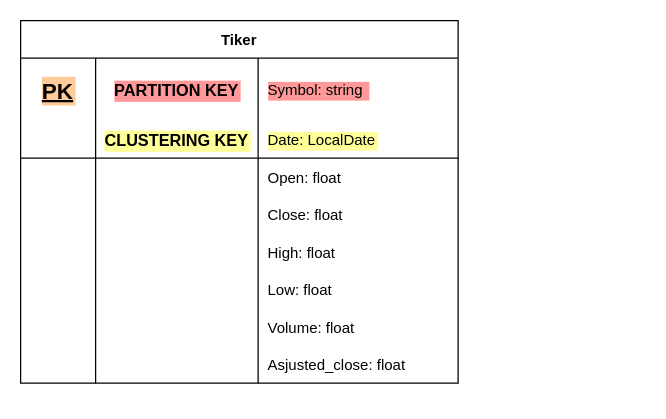
rambodrahmani/stocksim keeps this draw.io diagram as documentation/uml/cassandraDB_schema.drawio. Above is the earlier version. Source tidied: cells renumbered, new cells numbered last; positions are measured from the earlier drawing's top-left corner, leaving out a move shared by most shapes. Both pictures are drawn from the tidied source at 125%, with x=0, y=0 at pixel (20, 20).
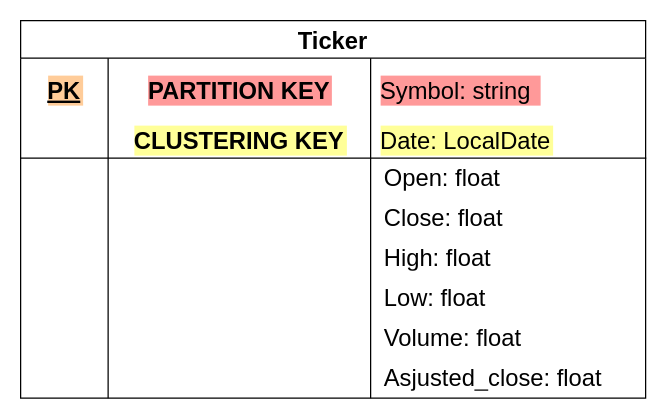
After the change.

Diff of the diagram source:
```diff
@@
-    <mxCell id="2" value="Tiker" style="shape=table;startSize=30;childLayout=tableLayout;rowLines=0;fontStyle=1;align=center;" parent="1" vertex="1">
-      <mxGeometry width="350" height="290" as="geometry" />
+    <mxCell id="2" value="Ticker" style="shape=table;startSize=30;childLayout=tableLayout;rowLines=0;fontStyle=1;align=center;fontSize=19;spacingBottom=1;spacing=3;" parent="1" vertex="1">
+      <mxGeometry width="500" height="302" as="geometry" />
     </mxCell>
-    <mxCell id="3" style="shape=partialRectangle;fillColor=none;top=0;left=0;bottom=0;right=0;" parent="2" vertex="1">
-      <mxGeometry y="30" width="350" height="50" as="geometry" />
+    <mxCell id="3" style="shape=partialRectangle;fillColor=none;top=0;left=0;bottom=0;right=0;fontSize=19;" parent="2" vertex="1">
+      <mxGeometry y="30" width="500" height="50" as="geometry" />
     </mxCell>
-    <mxCell id="4" value="PK" style="shape=partialRectangle;fillColor=none;top=0;left=0;bottom=0;right=0;fontStyle=5;overflow=hidden;fontSize=18;labelBackgroundColor=#FFCC99;" parent="3" vertex="1">
-      <mxGeometry width="60" height="50" as="geometry" />
+    <mxCell id="4" value="PK" style="shape=partialRectangle;fillColor=none;top=0;left=0;bottom=0;right=0;fontStyle=5;overflow=hidden;fontSize=19;labelBackgroundColor=#FFCC99;" parent="3" vertex="1">
+      <mxGeometry width="70" height="50" as="geometry" />
     </mxCell>
-    <mxCell id="5" value="PARTITION KEY" style="shape=partialRectangle;fillColor=none;top=0;left=0;bottom=0;right=0;fontStyle=1;overflow=hidden;fontSize=13;strokeColor=#FF9999;labelBackgroundColor=#FF9999;" parent="3" vertex="1">
-      <mxGeometry x="60" width="130" height="50" as="geometry" />
+    <mxCell id="5" value="PARTITION KEY" style="shape=partialRectangle;fillColor=none;top=0;left=0;bottom=0;right=0;fontStyle=1;overflow=hidden;fontSize=19;strokeColor=#FF9999;labelBackgroundColor=#FF9999;" parent="3" vertex="1">
+      <mxGeometry x="70" width="210" height="50" as="geometry" />
     </mxCell>
-    <mxCell id="6" value="Symbol: string " style="shape=partialRectangle;fillColor=none;top=0;left=0;bottom=0;right=0;align=left;spacingLeft=6;fontStyle=0;overflow=hidden;flipV=0;labelBackgroundColor=#FF9999;" parent="3" vertex="1">
-      <mxGeometry x="190" width="160" height="50" as="geometry" />
+    <mxCell id="6" value="Symbol: string " style="shape=partialRectangle;fillColor=none;top=0;left=0;bottom=0;right=0;align=left;spacingLeft=6;fontStyle=0;overflow=hidden;flipV=0;labelBackgroundColor=#FF9999;fontSize=19;" parent="3" vertex="1">
+      <mxGeometry x="280" width="220" height="50" as="geometry" />
     </mxCell>
-    <mxCell id="7" style="shape=partialRectangle;fillColor=none;top=0;left=0;bottom=1;right=0;" parent="2" vertex="1">
-      <mxGeometry y="80" width="350" height="30" as="geometry" />
+    <mxCell id="7" style="shape=partialRectangle;fillColor=none;top=0;left=0;bottom=1;right=0;fontSize=19;" parent="2" vertex="1">
+      <mxGeometry y="80" width="500" height="30" as="geometry" />
     </mxCell>
-    <mxCell id="8" style="shape=partialRectangle;fillColor=none;top=0;left=0;bottom=0;right=0;fontStyle=1;overflow=hidden;" parent="7" vertex="1">
-      <mxGeometry width="60" height="30" as="geometry" />
+    <mxCell id="8" style="shape=partialRectangle;fillColor=none;top=0;left=0;bottom=0;right=0;fontStyle=1;overflow=hidden;fontSize=19;" parent="7" vertex="1">
+      <mxGeometry width="70" height="30" as="geometry" />
     </mxCell>
-    <mxCell id="9" value="CLUSTERING KEY" style="shape=partialRectangle;fillColor=none;top=0;left=0;bottom=0;right=0;fontStyle=1;overflow=hidden;fontSize=13;labelBackgroundColor=#FFFF99;" parent="7" vertex="1">
-      <mxGeometry x="60" width="130" height="30" as="geometry" />
+    <mxCell id="9" value="CLUSTERING KEY" style="shape=partialRectangle;fillColor=none;top=0;left=0;bottom=0;right=0;fontStyle=1;overflow=hidden;fontSize=19;labelBackgroundColor=#FFFF99;" parent="7" vertex="1">
+      <mxGeometry x="70" width="210" height="30" as="geometry" />
     </mxCell>
-    <mxCell id="10" value="Date: LocalDate" style="shape=partialRectangle;fillColor=none;top=0;left=0;bottom=0;right=0;align=left;spacingLeft=6;fontStyle=0;overflow=hidden;labelBackgroundColor=#FFFF99;" parent="7" vertex="1">
-      <mxGeometry x="190" width="160" height="30" as="geometry" />
+    <mxCell id="10" value="Date: LocalDate" style="shape=partialRectangle;fillColor=none;top=0;left=0;bottom=0;right=0;align=left;spacingLeft=6;fontStyle=0;overflow=hidden;labelBackgroundColor=#FFFF99;fontSize=19;" parent="7" vertex="1">
+      <mxGeometry x="280" width="220" height="30" as="geometry" />
     </mxCell>
-    <mxCell id="11" style="shape=partialRectangle;fillColor=none;top=0;left=0;bottom=0;right=0;" parent="2" vertex="1">
-      <mxGeometry y="110" width="350" height="30" as="geometry" />
+    <mxCell id="11" style="shape=partialRectangle;fillColor=none;top=0;left=0;bottom=0;right=0;fontSize=19;" parent="2" vertex="1">
+      <mxGeometry y="110" width="500" height="32" as="geometry" />
     </mxCell>
-    <mxCell id="12" style="shape=partialRectangle;fillColor=none;top=0;left=0;bottom=0;right=0;overflow=hidden;" parent="11" vertex="1">
-      <mxGeometry width="60" height="30" as="geometry" />
+    <mxCell id="12" style="shape=partialRectangle;fillColor=none;top=0;left=0;bottom=0;right=0;overflow=hidden;fontSize=19;" parent="11" vertex="1">
+      <mxGeometry width="70" height="32" as="geometry" />
     </mxCell>
-    <mxCell id="13" style="shape=partialRectangle;fillColor=none;top=0;left=0;bottom=0;right=0;overflow=hidden;" parent="11" vertex="1">
-      <mxGeometry x="60" width="130" height="30" as="geometry" />
+    <mxCell id="13" style="shape=partialRectangle;fillColor=none;top=0;left=0;bottom=0;right=0;overflow=hidden;fontSize=19;" parent="11" vertex="1">
+      <mxGeometry x="70" width="210" height="32" as="geometry" />
     </mxCell>
-    <mxCell id="14" value="Open: float" style="shape=partialRectangle;fillColor=none;top=0;left=0;bottom=0;right=0;align=left;spacingLeft=6;overflow=hidden;" parent="11" vertex="1">
-      <mxGeometry x="190" width="160" height="30" as="geometry" />
+    <mxCell id="14" value="Open: float" style="shape=partialRectangle;fillColor=none;top=0;left=0;bottom=0;right=0;align=left;spacingLeft=6;overflow=hidden;fontSize=19;spacing=5;spacingBottom=3;spacingTop=0;perimeterSpacing=0;" parent="11" vertex="1">
+      <mxGeometry x="280" width="220" height="32" as="geometry" />
     </mxCell>
-    <mxCell id="15" style="shape=partialRectangle;fillColor=none;top=0;left=0;bottom=0;right=0;" parent="2" vertex="1">
-      <mxGeometry y="140" width="350" height="30" as="geometry" />
+    <mxCell id="15" style="shape=partialRectangle;fillColor=none;top=0;left=0;bottom=0;right=0;fontSize=19;" parent="2" vertex="1">
+      <mxGeometry y="142" width="500" height="32" as="geometry" />
     </mxCell>
-    <mxCell id="16" style="shape=partialRectangle;fillColor=none;top=0;left=0;bottom=0;right=0;overflow=hidden;" parent="15" vertex="1">
-      <mxGeometry width="60" height="30" as="geometry" />
+    <mxCell id="16" style="shape=partialRectangle;fillColor=none;top=0;left=0;bottom=0;right=0;overflow=hidden;fontSize=19;" parent="15" vertex="1">
+      <mxGeometry width="70" height="32" as="geometry" />
     </mxCell>
-    <mxCell id="17" style="shape=partialRectangle;fillColor=none;top=0;left=0;bottom=0;right=0;overflow=hidden;" parent="15" vertex="1">
-      <mxGeometry x="60" width="130" height="30" as="geometry" />
+    <mxCell id="17" style="shape=partialRectangle;fillColor=none;top=0;left=0;bottom=0;right=0;overflow=hidden;fontSize=19;" parent="15" vertex="1">
+      <mxGeometry x="70" width="210" height="32" as="geometry" />
     </mxCell>
-    <mxCell id="18" value="Close: float" style="shape=partialRectangle;fillColor=none;top=0;left=0;bottom=0;right=0;align=left;spacingLeft=6;overflow=hidden;" parent="15" vertex="1">
-      <mxGeometry x="190" width="160" height="30" as="geometry" />
+    <mxCell id="18" value="Close: float" style="shape=partialRectangle;fillColor=none;top=0;left=0;bottom=0;right=0;align=left;spacingLeft=6;overflow=hidden;fontSize=19;spacing=5;spacingBottom=3;spacingTop=0;perimeterSpacing=0;" parent="15" vertex="1">
+      <mxGeometry x="280" width="220" height="32" as="geometry" />
     </mxCell>
-    <mxCell id="19" style="shape=partialRectangle;fillColor=none;top=0;left=0;bottom=0;right=0;" parent="2" vertex="1">
-      <mxGeometry y="170" width="350" height="30" as="geometry" />
+    <mxCell id="19" style="shape=partialRectangle;fillColor=none;top=0;left=0;bottom=0;right=0;fontSize=19;" parent="2" vertex="1">
+      <mxGeometry y="174" width="500" height="32" as="geometry" />
     </mxCell>
-    <mxCell id="20" style="shape=partialRectangle;fillColor=none;top=0;left=0;bottom=0;right=0;overflow=hidden;" parent="19" vertex="1">
-      <mxGeometry width="60" height="30" as="geometry" />
+    <mxCell id="20" style="shape=partialRectangle;fillColor=none;top=0;left=0;bottom=0;right=0;overflow=hidden;fontSize=19;" parent="19" vertex="1">
+      <mxGeometry width="70" height="32" as="geometry" />
     </mxCell>
-    <mxCell id="21" style="shape=partialRectangle;fillColor=none;top=0;left=0;bottom=0;right=0;overflow=hidden;" parent="19" vertex="1">
-      <mxGeometry x="60" width="130" height="30" as="geometry" />
+    <mxCell id="21" style="shape=partialRectangle;fillColor=none;top=0;left=0;bottom=0;right=0;overflow=hidden;fontSize=19;" parent="19" vertex="1">
+      <mxGeometry x="70" width="210" height="32" as="geometry" />
     </mxCell>
-    <mxCell id="22" value="High: float" style="shape=partialRectangle;fillColor=none;top=0;left=0;bottom=0;right=0;align=left;spacingLeft=6;overflow=hidden;" parent="19" vertex="1">
-      <mxGeometry x="190" width="160" height="30" as="geometry" />
+    <mxCell id="22" value="High: float" style="shape=partialRectangle;fillColor=none;top=0;left=0;bottom=0;right=0;align=left;spacingLeft=6;overflow=hidden;fontSize=19;spacing=5;spacingBottom=3;spacingTop=0;perimeterSpacing=0;" parent="19" vertex="1">
+      <mxGeometry x="280" width="220" height="32" as="geometry" />
     </mxCell>
-    <mxCell id="23" style="shape=partialRectangle;fillColor=none;top=0;left=0;bottom=0;right=0;" parent="2" vertex="1">
-      <mxGeometry y="200" width="350" height="30" as="geometry" />
+    <mxCell id="23" style="shape=partialRectangle;fillColor=none;top=0;left=0;bottom=0;right=0;fontSize=19;" parent="2" vertex="1">
+      <mxGeometry y="206" width="500" height="32" as="geometry" />
     </mxCell>
-    <mxCell id="24" style="shape=partialRectangle;fillColor=none;top=0;left=0;bottom=0;right=0;overflow=hidden;" parent="23" vertex="1">
-      <mxGeometry width="60" height="30" as="geometry" />
+    <mxCell id="24" style="shape=partialRectangle;fillColor=none;top=0;left=0;bottom=0;right=0;overflow=hidden;fontSize=19;" parent="23" vertex="1">
+      <mxGeometry width="70" height="32" as="geometry" />
     </mxCell>
-    <mxCell id="25" style="shape=partialRectangle;fillColor=none;top=0;left=0;bottom=0;right=0;overflow=hidden;" parent="23" vertex="1">
-      <mxGeometry x="60" width="130" height="30" as="geometry" />
+    <mxCell id="25" style="shape=partialRectangle;fillColor=none;top=0;left=0;bottom=0;right=0;overflow=hidden;fontSize=19;" parent="23" vertex="1">
+      <mxGeometry x="70" width="210" height="32" as="geometry" />
     </mxCell>
-    <mxCell id="26" value="Low: float" style="shape=partialRectangle;fillColor=none;top=0;left=0;bottom=0;right=0;align=left;spacingLeft=6;overflow=hidden;" parent="23" vertex="1">
-      <mxGeometry x="190" width="160" height="30" as="geometry" />
+    <mxCell id="26" value="Low: float" style="shape=partialRectangle;fillColor=none;top=0;left=0;bottom=0;right=0;align=left;spacingLeft=6;overflow=hidden;fontSize=19;spacing=5;spacingBottom=3;spacingTop=0;perimeterSpacing=0;" parent="23" vertex="1">
+      <mxGeometry x="280" width="220" height="32" as="geometry" />
     </mxCell>
-    <mxCell id="27" style="shape=partialRectangle;fillColor=none;top=0;left=0;bottom=0;right=0;" parent="2" vertex="1">
-      <mxGeometry y="230" width="350" height="30" as="geometry" />
+    <mxCell id="27" style="shape=partialRectangle;fillColor=none;top=0;left=0;bottom=0;right=0;fontSize=19;" parent="2" vertex="1">
+      <mxGeometry y="238" width="500" height="32" as="geometry" />
     </mxCell>
-    <mxCell id="28" style="shape=partialRectangle;fillColor=none;top=0;left=0;bottom=0;right=0;overflow=hidden;" parent="27" vertex="1">
-      <mxGeometry width="60" height="30" as="geometry" />
+    <mxCell id="28" style="shape=partialRectangle;fillColor=none;top=0;left=0;bottom=0;right=0;overflow=hidden;fontSize=19;" parent="27" vertex="1">
+      <mxGeometry width="70" height="32" as="geometry" />
     </mxCell>
-    <mxCell id="29" style="shape=partialRectangle;fillColor=none;top=0;left=0;bottom=0;right=0;overflow=hidden;" parent="27" vertex="1">
-      <mxGeometry x="60" width="130" height="30" as="geometry" />
+    <mxCell id="29" style="shape=partialRectangle;fillColor=none;top=0;left=0;bottom=0;right=0;overflow=hidden;fontSize=19;" parent="27" vertex="1">
+      <mxGeometry x="70" width="210" height="32" as="geometry" />
     </mxCell>
-    <mxCell id="30" value="Volume: float " style="shape=partialRectangle;fillColor=none;top=0;left=0;bottom=0;right=0;align=left;spacingLeft=6;overflow=hidden;" parent="27" vertex="1">
-      <mxGeometry x="190" width="160" height="30" as="geometry" />
+    <mxCell id="30" value="Volume: float " style="shape=partialRectangle;fillColor=none;top=0;left=0;bottom=0;right=0;align=left;spacingLeft=6;overflow=hidden;fontSize=19;spacing=5;spacingBottom=3;spacingTop=0;perimeterSpacing=0;" parent="27" vertex="1">
+      <mxGeometry x="280" width="220" height="32" as="geometry" />
     </mxCell>
-    <mxCell id="31" style="shape=partialRectangle;fillColor=none;top=0;left=0;bottom=0;right=0;" parent="2" vertex="1">
-      <mxGeometry y="260" width="350" height="30" as="geometry" />
+    <mxCell id="31" style="shape=partialRectangle;fillColor=none;top=0;left=0;bottom=0;right=0;fontSize=19;" parent="2" vertex="1">
+      <mxGeometry y="270" width="500" height="32" as="geometry" />
     </mxCell>
-    <mxCell id="32" style="shape=partialRectangle;fillColor=none;top=0;left=0;bottom=0;right=0;overflow=hidden;" parent="31" vertex="1">
-      <mxGeometry width="60" height="30" as="geometry" />
+    <mxCell id="32" style="shape=partialRectangle;fillColor=none;top=0;left=0;bottom=0;right=0;overflow=hidden;fontSize=19;" parent="31" vertex="1">
+      <mxGeometry width="70" height="32" as="geometry" />
     </mxCell>
-    <mxCell id="33" style="shape=partialRectangle;fillColor=none;top=0;left=0;bottom=0;right=0;overflow=hidden;" parent="31" vertex="1">
-      <mxGeometry x="60" width="130" height="30" as="geometry" />
+    <mxCell id="33" style="shape=partialRectangle;fillColor=none;top=0;left=0;bottom=0;right=0;overflow=hidden;fontSize=19;" parent="31" vertex="1">
+      <mxGeometry x="70" width="210" height="32" as="geometry" />
     </mxCell>
-    <mxCell id="34" value="Asjusted_close: float" style="shape=partialRectangle;fillColor=none;top=0;left=0;bottom=0;right=0;align=left;spacingLeft=6;overflow=hidden;" parent="31" vertex="1">
-      <mxGeometry x="190" width="160" height="30" as="geometry" />
+    <mxCell id="34" value="Asjusted_close: float" style="shape=partialRectangle;fillColor=none;top=0;left=0;bottom=0;right=0;align=left;spacingLeft=6;overflow=hidden;fontSize=19;spacing=5;spacingBottom=3;spacingTop=0;perimeterSpacing=0;" parent="31" vertex="1">
+      <mxGeometry x="280" width="220" height="32" as="geometry" />
     </mxCell>
```
